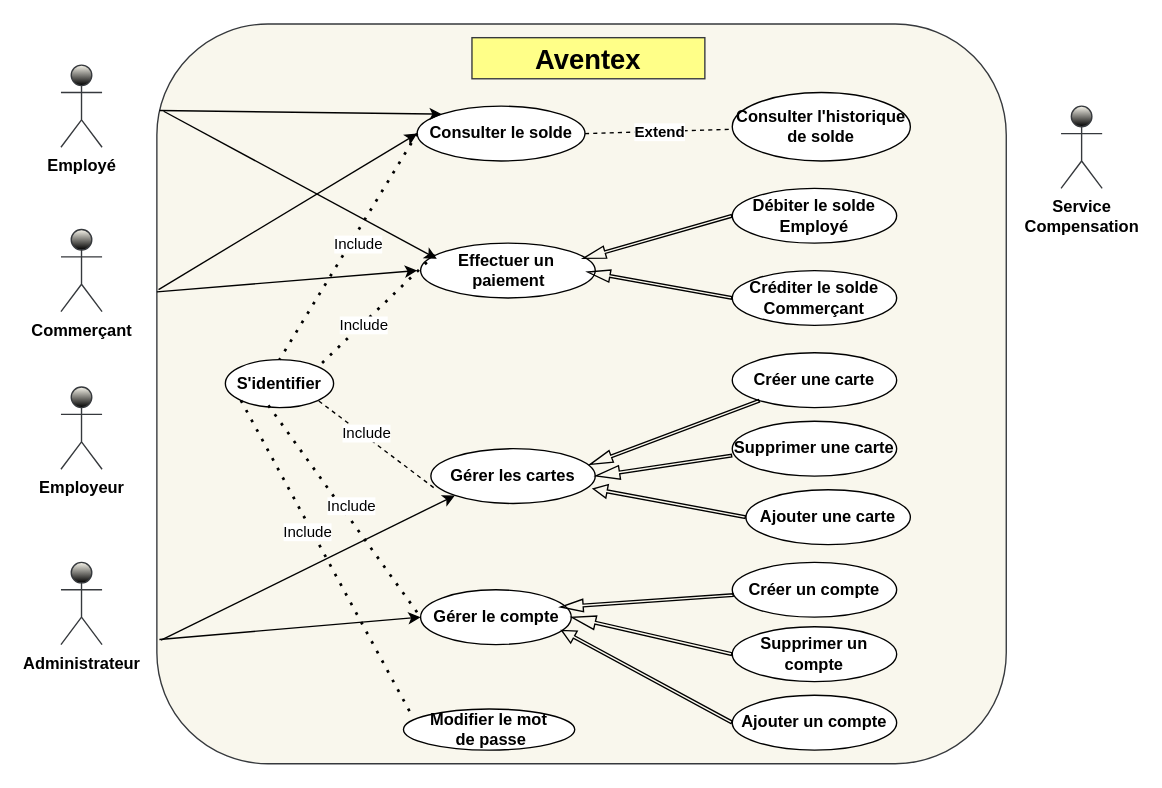
Above: Avnetix.drawio in msisitr/aventix-design (draw.io), before the change. Source tidied: cells renumbered, new cells numbered last; positions are measured from the earlier drawing's top-left corner, leaving out a move shared by most shapes. Both pictures are drawn from the tidied source at 137%, with x=0, y=0 at pixel (60, 23).
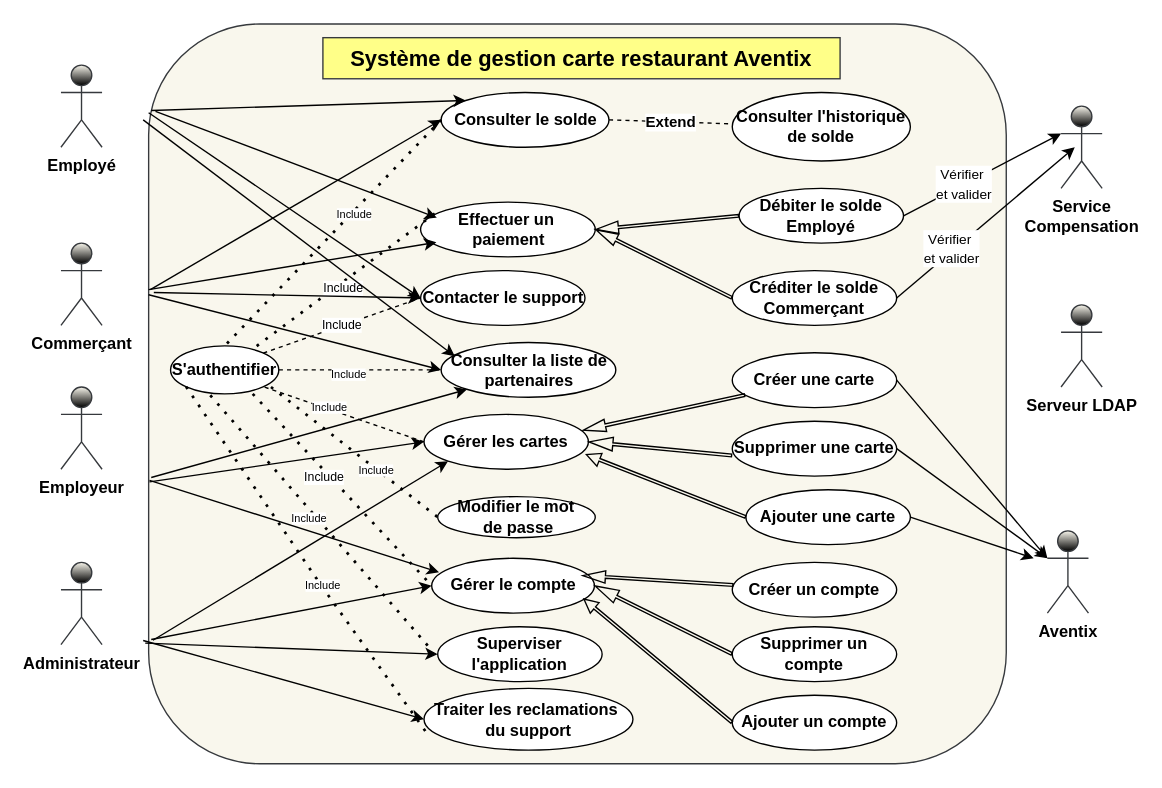
The same page after the edit.

Commit message:
Mettre à jour Avnetix.drawio

The change refers to these unchanged cells:
```xml
<mxCell id="16" style="endArrow=none;dashed=1;html=1;dashPattern=1 3;strokeWidth=2;rounded=0;entryX=0.5;entryY=0;entryDx=0;entryDy=0;exitX=0;exitY=0.5;exitDx=0;exitDy=0;fontStyle=1;" parent="1" edge="1" source="11" target="7">
  <mxGeometry relative="1" as="geometry" />
</mxCell>
<mxCell id="20" value="&lt;div&gt;Service&lt;/div&gt;&lt;div&gt;Compensation&lt;/div&gt;" style="shape=umlActor;verticalLabelPosition=bottom;verticalAlign=top;html=1;outlineConnect=0;fillColor=#F9F7ED;strokeColor=#36393d;fontStyle=1;strokeWidth=1;gradientColor=default;" parent="1" vertex="1">
  <mxGeometry x="730" y="60" width="30" height="60" as="geometry" />
</mxCell>
<mxCell id="24" value="Créer une carte " style="ellipse;whiteSpace=wrap;html=1;fontStyle=1;" parent="1" vertex="1">
  <mxGeometry x="490" y="240" width="120" height="40" as="geometry" />
</mxCell>
<mxCell id="26" value="Supprimer une carte" style="ellipse;whiteSpace=wrap;html=1;fontStyle=1;" parent="1" vertex="1">
  <mxGeometry x="490" y="290" width="120" height="40" as="geometry" />
</mxCell>
<mxCell id="27" value="Ajouter une carte" style="ellipse;whiteSpace=wrap;html=1;fontStyle=1;" parent="1" vertex="1">
  <mxGeometry x="500" y="340" width="120" height="40" as="geometry" />
</mxCell>
<mxCell id="36" value="Créditer le solde Commerçant" style="ellipse;whiteSpace=wrap;html=1;fontStyle=1;" parent="1" vertex="1">
  <mxGeometry x="490" y="180" width="120" height="40" as="geometry" />
</mxCell>
```

What changed in the source:
```diff
@@
     <mxCell id="2" style="rounded=1;whiteSpace=wrap;html=1;fillColor=#f9f7ed;strokeColor=#36393d;fontStyle=1;" parent="1" vertex="1">
-      <mxGeometry x="70" width="620" height="540" as="geometry" />
+      <mxGeometry x="64" width="626" height="540" as="geometry" />
     </mxCell>
@@
     <mxCell id="4" value="&lt;div&gt;Commerçant&lt;/div&gt;" style="shape=umlActor;verticalLabelPosition=bottom;verticalAlign=top;html=1;fillColor=#f9f7ed;strokeColor=#36393d;fontStyle=1;gradientColor=default;" parent="1" vertex="1">
-      <mxGeometry y="150" width="30" height="60" as="geometry" />
+      <mxGeometry y="160" width="30" height="60" as="geometry" />
     </mxCell>
     <mxCell id="5" value="&lt;div&gt;&lt;span&gt;Effectuer un&amp;nbsp;&lt;/span&gt;&lt;/div&gt;&lt;div&gt;&lt;span&gt;paiement &lt;/span&gt;&lt;/div&gt;" style="ellipse;whiteSpace=wrap;html=1;fontStyle=1;" parent="1" vertex="1">
-      <mxGeometry x="262.5" y="160" width="127.5" height="40" as="geometry" />
+      <mxGeometry x="262.5" y="130" width="127.5" height="40" as="geometry" />
     </mxCell>
     <mxCell id="6" value="&lt;span&gt;Gérer le compte&lt;/span&gt;" style="ellipse;whiteSpace=wrap;html=1;fontStyle=1;" parent="1" vertex="1">
-      <mxGeometry x="262.5" y="413" width="110" height="40" as="geometry" />
+      <mxGeometry x="270.6" y="390" width="118.8" height="40" as="geometry" />
     </mxCell>
-    <mxCell id="7" value="S'identifier" style="ellipse;whiteSpace=wrap;html=1;fontStyle=1;" parent="1" vertex="1">
-      <mxGeometry x="120" y="245" width="79" height="35" as="geometry" />
+    <mxCell id="7" value="S'authentifier" style="ellipse;whiteSpace=wrap;html=1;fontStyle=1;" parent="1" vertex="1">
+      <mxGeometry x="80" y="235" width="79" height="35" as="geometry" />
     </mxCell>
     <mxCell id="8" value="&lt;span&gt;Gérer les cartes&lt;/span&gt;" style="ellipse;whiteSpace=wrap;html=1;fontStyle=1;" parent="1" vertex="1">
-      <mxGeometry x="270" y="310" width="120" height="40" as="geometry" />
+      <mxGeometry x="265" y="285" width="120" height="40" as="geometry" />
     </mxCell>
@@
     <mxCell id="11" value="&lt;span&gt;Consulter le solde&lt;/span&gt;" style="ellipse;whiteSpace=wrap;html=1;fontStyle=1;" parent="1" vertex="1">
-      <mxGeometry x="260" y="60" width="122.5" height="40" as="geometry" />
+      <mxGeometry x="277.5" y="50" width="122.5" height="40" as="geometry" />
     </mxCell>
-    <mxCell id="12" style="endArrow=none;dashed=1;html=1;dashPattern=1 3;strokeWidth=2;rounded=0;exitX=0.081;exitY=0.21;exitDx=0;exitDy=0;entryX=1;entryY=0;entryDx=0;entryDy=0;exitPerimeter=0;fontStyle=1;" parent="1" edge="1" source="5" target="7">
+    <mxCell id="12" style="endArrow=none;dashed=1;html=1;dashPattern=1 3;strokeWidth=2;rounded=0;exitX=0.081;exitY=0.21;exitDx=0;exitDy=0;exitPerimeter=0;fontStyle=1;" parent="1" edge="1" source="5" target="7">
       <mxGeometry relative="1" as="geometry" />
     </mxCell>
-    <mxCell id="13" value="Include" style="edgeLabel;html=1;align=center;verticalAlign=middle;fontStyle=0;" parent="12" vertex="1">
+    <mxCell id="13" value="Include" style="edgeLabel;html=1;align=center;verticalAlign=middle;fontStyle=0;fontSize=9;" parent="12" vertex="1">
       <mxGeometry x="-0.05" y="1" relative="1" as="geometry">
-        <mxPoint x="-13" y="12" as="offset" />
+        <mxPoint x="-5" y="6" as="offset" />
       </mxGeometry>
     </mxCell>
-    <mxCell id="14" style="endArrow=none;dashed=1;html=1;rounded=0;entryX=1;entryY=1;entryDx=0;entryDy=0;exitX=0.017;exitY=0.71;exitDx=0;exitDy=0;exitPerimeter=0;fontStyle=1;" parent="1" edge="1" source="8" target="7">
+    <mxCell id="14" style="endArrow=none;dashed=1;html=1;rounded=0;entryX=1;entryY=1;entryDx=0;entryDy=0;exitX=0;exitY=0.5;exitDx=0;exitDy=0;fontStyle=1;" parent="1" edge="1" source="8" target="7">
       <mxGeometry relative="1" as="geometry" />
     </mxCell>
-    <mxCell id="15" value="Include" style="edgeLabel;html=1;align=center;verticalAlign=middle;fontStyle=0;" parent="14" vertex="1">
+    <mxCell id="15" value="Include" style="edgeLabel;html=1;align=center;verticalAlign=middle;fontStyle=0;fontSize=8;" parent="14" vertex="1">
       <mxGeometry x="0.2" y="-2" relative="1" as="geometry" />
     </mxCell>
@@
-    <mxCell id="17" value="Include" style="edgeLabel;html=1;align=center;verticalAlign=middle;fontStyle=0;" parent="16" vertex="1">
+    <mxCell id="17" value="Include" style="edgeLabel;html=1;align=center;verticalAlign=middle;fontStyle=0;fontSize=8;" parent="16" vertex="1">
       <mxGeometry x="0.01" relative="1" as="geometry">
-        <mxPoint x="7" y="-3" as="offset" />
+        <mxPoint x="16" y="-15" as="offset" />
       </mxGeometry>
     </mxCell>
-    <mxCell id="18" style="endArrow=none;dashed=1;html=1;dashPattern=1 3;strokeWidth=2;rounded=0;exitX=0.397;exitY=0.954;exitDx=0;exitDy=0;entryX=0;entryY=0.5;entryDx=0;entryDy=0;exitPerimeter=0;fontStyle=1;" parent="1" edge="1" source="7" target="6">
+    <mxCell id="18" style="endArrow=none;dashed=1;html=1;dashPattern=1 3;strokeWidth=2;rounded=0;exitX=0.759;exitY=1;exitDx=0;exitDy=0;entryX=0;entryY=0.5;entryDx=0;entryDy=0;exitPerimeter=0;fontStyle=1;" parent="1" edge="1" source="7" target="6">
       <mxGeometry relative="1" as="geometry" />
     </mxCell>
-    <mxCell id="19" value="Include" style="edgeLabel;html=1;align=center;verticalAlign=middle;fontStyle=0;" parent="18" vertex="1">
-      <mxGeometry x="-0.01" y="6" relative="1" as="geometry" />
+    <mxCell id="19" value="Include" style="edgeLabel;html=1;align=center;verticalAlign=middle;fontStyle=0;fontSize=9;" parent="18" vertex="1">
+      <mxGeometry x="-0.01" y="6" relative="1" as="geometry">
+        <mxPoint x="-18" y="-5" as="offset" />
+      </mxGeometry>
     </mxCell>
@@
-    <mxCell id="28" style="shape=flexArrow;endArrow=classic;html=1;rounded=0;width=2;endSize=5.46;exitX=0;exitY=0.5;exitDx=0;exitDy=0;endWidth=7;fontStyle=1;" parent="1" edge="1">
+    <mxCell id="28" style="shape=flexArrow;endArrow=classic;html=1;rounded=0;width=2;endSize=5.46;exitX=0;exitY=0.5;exitDx=0;exitDy=0;endWidth=7;fontStyle=1;entryX=1;entryY=0.5;entryDx=0;entryDy=0;" parent="1" edge="1" target="8">
       <mxGeometry relative="1" as="geometry">
         <mxPoint x="490" y="315" as="sourcePoint" />
-        <mxPoint x="390" y="330" as="targetPoint" />
       </mxGeometry>
     </mxCell>
@@
     <mxCell id="37" value="Débiter le solde Employé" style="ellipse;whiteSpace=wrap;html=1;fontStyle=1;" parent="1" vertex="1">
-      <mxGeometry x="490" y="120" width="120" height="40" as="geometry" />
+      <mxGeometry x="495" y="120" width="120" height="40" as="geometry" />
     </mxCell>
-    <mxCell id="38" style="shape=flexArrow;endArrow=classic;html=1;rounded=0;width=2;endSize=5.14;endWidth=6;entryX=0.928;entryY=0.28;entryDx=0;entryDy=0;entryPerimeter=0;exitX=0;exitY=0.5;exitDx=0;exitDy=0;fontStyle=1;" parent="1" edge="1" source="37" target="5">
-      <mxGeometry relative="1" as="geometry" />
+    <mxCell id="38" style="shape=flexArrow;endArrow=classic;html=1;rounded=0;width=2;endSize=5.14;endWidth=6;exitX=0;exitY=0.5;exitDx=0;exitDy=0;fontStyle=1;" parent="1" edge="1" source="37">
+      <mxGeometry relative="1" as="geometry">
+        <mxPoint x="390" y="150" as="targetPoint" />
+      </mxGeometry>
     </mxCell>
-    <mxCell id="39" style="shape=flexArrow;endArrow=classic;html=1;rounded=0;width=2;endSize=5.14;endWidth=6;entryX=0.928;entryY=0.28;entryDx=0;entryDy=0;entryPerimeter=0;exitX=0;exitY=0.5;exitDx=0;exitDy=0;fontStyle=1;" parent="1" edge="1" source="36">
-      <mxGeometry relative="1" as="geometry">
-        <mxPoint x="384" y="181" as="targetPoint" />
-      </mxGeometry>
+    <mxCell id="39" style="shape=flexArrow;endArrow=classic;html=1;rounded=0;width=2;endSize=5.14;endWidth=6;entryX=1;entryY=0.5;entryDx=0;entryDy=0;exitX=0;exitY=0.5;exitDx=0;exitDy=0;fontStyle=1;" parent="1" edge="1" source="36" target="5">
+      <mxGeometry relative="1" as="geometry" />
     </mxCell>
@@
     <mxCell id="43" value="&lt;div&gt;Modifier le mot&lt;/div&gt;&lt;div&gt;&amp;nbsp;de passe&lt;/div&gt;" style="ellipse;whiteSpace=wrap;html=1;fontStyle=1;" parent="1" vertex="1">
-      <mxGeometry x="250" y="500" width="125" height="30" as="geometry" />
+      <mxGeometry x="275" y="345" width="115" height="30" as="geometry" />
     </mxCell>
@@
-    <mxCell id="45" style="endArrow=classic;html=1;rounded=0;exitX=0.003;exitY=0.117;exitDx=0;exitDy=0;exitPerimeter=0;fontStyle=1;" parent="1" edge="1">
-      <mxGeometry relative="1" as="geometry">
-        <mxPoint x="70" y="195.5" as="sourcePoint" />
-        <mxPoint x="260" y="180" as="targetPoint" />
-      </mxGeometry>
+    <mxCell id="45" style="endArrow=classic;html=1;rounded=0;exitX=0;exitY=0.359;exitDx=0;exitDy=0;exitPerimeter=0;fontStyle=1;entryX=0.09;entryY=0.735;entryDx=0;entryDy=0;entryPerimeter=0;" parent="1" edge="1" source="2" target="5">
+      <mxGeometry relative="1" as="geometry" />
     </mxCell>
@@
-    <mxCell id="47" value="&lt;div&gt;&lt;span&gt;&lt;font style=&quot;font-size: 20px;&quot;&gt;Aventex&lt;/font&gt;&lt;/span&gt;&lt;/div&gt;" style="text;html=1;align=center;verticalAlign=middle;whiteSpace=wrap;rounded=0;fillColor=#ffff88;strokeWidth=1;perimeterSpacing=10;strokeColor=#36393d;fontStyle=1;" parent="1" vertex="1">
-      <mxGeometry x="300" y="10" width="170" height="30" as="geometry" />
+    <mxCell id="47" value="&lt;div&gt;&lt;span&gt;&lt;font&gt;Système de gestion carte restaurant Aventix&lt;/font&gt;&lt;/span&gt;&lt;/div&gt;" style="text;html=1;align=center;verticalAlign=middle;whiteSpace=wrap;rounded=0;fillColor=#ffff88;strokeWidth=1;perimeterSpacing=10;strokeColor=#36393d;fontStyle=1;fontSize=16;" parent="1" vertex="1">
+      <mxGeometry x="191.2" y="10" width="377.5" height="30" as="geometry" />
     </mxCell>
-    <mxCell id="48" style="endArrow=none;dashed=1;html=1;dashPattern=1 3;strokeWidth=2;rounded=0;exitX=0;exitY=1;exitDx=0;exitDy=0;entryX=0.056;entryY=0.213;entryDx=0;entryDy=0;fontStyle=1;entryPerimeter=0;" parent="1" edge="1" source="7" target="43">
-      <mxGeometry relative="1" as="geometry" />
+    <mxCell id="48" style="endArrow=none;dashed=1;html=1;dashPattern=1 3;strokeWidth=2;rounded=0;exitX=1;exitY=1;exitDx=0;exitDy=0;entryX=0;entryY=0.5;entryDx=0;entryDy=0;fontStyle=1;" parent="1" edge="1" target="43">
+      <mxGeometry relative="1" as="geometry">
+        <mxPoint x="153.3" y="265" as="sourcePoint" />
+      </mxGeometry>
     </mxCell>
-    <mxCell id="49" value="Include" style="edgeLabel;html=1;align=center;verticalAlign=middle;fontStyle=0;" parent="48" vertex="1">
+    <mxCell id="49" value="Include" style="edgeLabel;html=1;align=center;verticalAlign=middle;fontStyle=0;fontSize=8;" parent="48" vertex="1">
       <mxGeometry x="-0.01" y="6" relative="1" as="geometry">
-        <mxPoint x="-19" y="-16" as="offset" />
+        <mxPoint x="13" y="18" as="offset" />
       </mxGeometry>
     </mxCell>
+    <mxCell id="50" style="endArrow=classic;html=1;rounded=0;fontStyle=1;entryX=0;entryY=0.5;entryDx=0;entryDy=0;exitX=0.001;exitY=0.619;exitDx=0;exitDy=0;exitPerimeter=0;" parent="1" edge="1" source="2" target="8">
+      <mxGeometry relative="1" as="geometry" />
+    </mxCell>
+    <mxCell id="51" style="endArrow=classic;html=1;rounded=0;fontStyle=1;entryX=0.045;entryY=0.255;entryDx=0;entryDy=0;entryPerimeter=0;exitX=0.001;exitY=0.617;exitDx=0;exitDy=0;exitPerimeter=0;" parent="1" edge="1" source="2" target="6">
+      <mxGeometry relative="1" as="geometry" />
+    </mxCell>
+    <mxCell id="52" value="Contacter le support " style="ellipse;whiteSpace=wrap;html=1;fontStyle=1;" parent="1" vertex="1">
+      <mxGeometry x="262.5" y="180" width="120" height="40" as="geometry" />
+    </mxCell>
+    <mxCell id="53" value="Superviser l'application " style="ellipse;whiteSpace=wrap;html=1;fontStyle=1;" parent="1" vertex="1">
+      <mxGeometry x="275" y="440" width="120" height="40" as="geometry" />
+    </mxCell>
+    <mxCell id="54" value="Include" style="endArrow=none;dashed=1;html=1;rounded=0;exitX=1;exitY=0;exitDx=0;exitDy=0;fontStyle=0;entryX=0;entryY=0.5;entryDx=0;entryDy=0;fontSize=9;" parent="1" edge="1" source="7" target="52">
+      <mxGeometry relative="1" as="geometry" />
+    </mxCell>
+    <mxCell id="55" value="Consulter la liste de partenaires" style="ellipse;whiteSpace=wrap;html=1;fontStyle=1;" parent="1" vertex="1">
+      <mxGeometry x="277.5" y="232.5" width="127.5" height="40" as="geometry" />
+    </mxCell>
+    <mxCell id="56" value="Include" style="endArrow=none;dashed=1;html=1;rounded=0;exitX=1;exitY=0.5;exitDx=0;exitDy=0;fontStyle=0;entryX=0;entryY=0.5;entryDx=0;entryDy=0;fontSize=8;" parent="1" edge="1" source="7" target="55">
+      <mxGeometry x="-0.14" y="-3" relative="1" as="geometry" />
+    </mxCell>
+    <mxCell id="57" style="endArrow=classic;html=1;rounded=0;entryX=0;entryY=0.5;entryDx=0;entryDy=0;exitX=-0.004;exitY=0.837;exitDx=0;exitDy=0;exitPerimeter=0;fontStyle=1;" parent="1" edge="1" source="2" target="53">
+      <mxGeometry relative="1" as="geometry" />
+    </mxCell>
+    <mxCell id="58" style="endArrow=none;dashed=1;html=1;dashPattern=1 3;strokeWidth=2;rounded=0;entryX=0;entryY=0.5;entryDx=0;entryDy=0;fontStyle=1;exitX=0.367;exitY=1.029;exitDx=0;exitDy=0;exitPerimeter=0;" parent="1" edge="1" source="7">
+      <mxGeometry relative="1" as="geometry">
+        <mxPoint x="268.8" y="455" as="targetPoint" />
+      </mxGeometry>
+    </mxCell>
+    <mxCell id="59" value="Include" style="edgeLabel;html=1;align=center;verticalAlign=middle;fontStyle=0;fontSize=8;" parent="58" vertex="1">
+      <mxGeometry x="-0.01" y="6" relative="1" as="geometry">
+        <mxPoint x="-12" y="2" as="offset" />
+      </mxGeometry>
+    </mxCell>
+    <mxCell id="60" style="endArrow=classic;html=1;rounded=0;exitX=0;exitY=0.12;exitDx=0;exitDy=0;exitPerimeter=0;entryX=0;entryY=0.5;entryDx=0;entryDy=0;fontStyle=1;" parent="1" edge="1" source="2" target="52">
+      <mxGeometry relative="1" as="geometry" />
+    </mxCell>
+    <mxCell id="61" style="endArrow=classic;html=1;rounded=0;exitX=0.006;exitY=0.363;exitDx=0;exitDy=0;exitPerimeter=0;entryX=0;entryY=0.5;entryDx=0;entryDy=0;fontStyle=1;" parent="1" edge="1" source="2" target="52">
+      <mxGeometry relative="1" as="geometry" />
+    </mxCell>
+    <mxCell id="62" value="Traiter les reclamations&amp;nbsp; du support" style="ellipse;whiteSpace=wrap;html=1;fontStyle=1;" parent="1" vertex="1">
+      <mxGeometry x="265" y="485" width="152.5" height="45" as="geometry" />
+    </mxCell>
+    <mxCell id="63" style="endArrow=classic;html=1;rounded=0;entryX=0;entryY=0.5;entryDx=0;entryDy=0;fontStyle=1;" parent="1" edge="1" target="62">
+      <mxGeometry relative="1" as="geometry">
+        <mxPoint x="60" y="450" as="sourcePoint" />
+      </mxGeometry>
+    </mxCell>
+    <mxCell id="64" style="endArrow=none;dashed=1;html=1;dashPattern=1 3;strokeWidth=2;rounded=0;entryX=0.021;entryY=0.76;entryDx=0;entryDy=0;fontStyle=1;entryPerimeter=0;exitX=0;exitY=1;exitDx=0;exitDy=0;" parent="1" edge="1" source="7" target="62">
+      <mxGeometry relative="1" as="geometry">
+        <Array as="points">
+          <mxPoint x="190" y="410" />
+        </Array>
+      </mxGeometry>
+    </mxCell>
+    <mxCell id="65" value="Include" style="edgeLabel;html=1;align=center;verticalAlign=middle;fontStyle=0;fontSize=8;" parent="64" vertex="1">
+      <mxGeometry x="-0.01" y="6" relative="1" as="geometry">
+        <mxPoint x="8" y="22" as="offset" />
+      </mxGeometry>
+    </mxCell>
+    <mxCell id="66" style="endArrow=classic;html=1;rounded=0;entryX=0;entryY=0.5;entryDx=0;entryDy=0;fontStyle=1;" parent="1" edge="1">
+      <mxGeometry relative="1" as="geometry">
+        <mxPoint x="60" y="70" as="sourcePoint" />
+        <mxPoint x="287.5" y="242.5" as="targetPoint" />
+      </mxGeometry>
+    </mxCell>
+    <mxCell id="67" style="endArrow=classic;html=1;rounded=0;exitX=0;exitY=0.366;exitDx=0;exitDy=0;exitPerimeter=0;entryX=0;entryY=0.5;entryDx=0;entryDy=0;fontStyle=1;" parent="1" edge="1" source="2" target="55">
+      <mxGeometry relative="1" as="geometry" />
+    </mxCell>
+    <mxCell id="68" style="endArrow=classic;html=1;rounded=0;exitX=0.003;exitY=0.613;exitDx=0;exitDy=0;exitPerimeter=0;entryX=0;entryY=1;entryDx=0;entryDy=0;fontStyle=1;" parent="1" edge="1" source="2" target="55">
+      <mxGeometry relative="1" as="geometry" />
+    </mxCell>
+    <mxCell id="69" value="&lt;div&gt;Serveur LDAP&lt;/div&gt;" style="shape=umlActor;verticalLabelPosition=bottom;verticalAlign=top;html=1;fillColor=#F9F7ED;strokeColor=#36393d;fontStyle=1;strokeWidth=1;gradientColor=default;" parent="1" vertex="1">
+      <mxGeometry x="730" y="205" width="30" height="60" as="geometry" />
+    </mxCell>
+    <mxCell id="70" style="endArrow=classic;html=1;rounded=0;entryX=0;entryY=0.3333333333333333;entryDx=0;entryDy=0;fontStyle=1;entryPerimeter=0;exitX=1;exitY=0.5;exitDx=0;exitDy=0;" parent="1" edge="1" source="37" target="20">
+      <mxGeometry relative="1" as="geometry" />
+    </mxCell>
+    <mxCell id="71" value="&lt;div&gt;&lt;font style=&quot;font-size: 10px;&quot;&gt;Vérifier&amp;nbsp;&lt;/font&gt;&lt;/div&gt;&lt;div&gt;&lt;font style=&quot;font-size: 10px;&quot;&gt;et valider&lt;/font&gt;&lt;/div&gt;" style="edgeLabel;html=1;align=center;verticalAlign=middle;" parent="70" vertex="1">
+      <mxGeometry x="-0.12" y="-3" relative="1" as="geometry">
+        <mxPoint x="-8" as="offset" />
+      </mxGeometry>
+    </mxCell>
+    <mxCell id="72" style="endArrow=classic;html=1;rounded=0;entryX=0;entryY=0.3333333333333333;entryDx=0;entryDy=0;fontStyle=1;entryPerimeter=0;exitX=1;exitY=0.5;exitDx=0;exitDy=0;" parent="1" edge="1" source="36">
+      <mxGeometry relative="1" as="geometry">
+        <mxPoint x="740" y="90" as="targetPoint" />
+      </mxGeometry>
+    </mxCell>
+    <mxCell id="73" value="&lt;div&gt;&lt;font style=&quot;font-size: 10px;&quot;&gt;Vérifier&amp;nbsp;&lt;/font&gt;&lt;/div&gt;&lt;div&gt;&lt;font style=&quot;font-size: 10px;&quot;&gt;et valider&lt;/font&gt;&lt;/div&gt;" style="edgeLabel;html=1;align=center;verticalAlign=middle;" parent="72" vertex="1">
+      <mxGeometry x="-0.37" y="2" relative="1" as="geometry" />
+    </mxCell>
+    <mxCell id="74" value="Aventix" style="shape=umlActor;verticalLabelPosition=bottom;verticalAlign=top;html=1;outlineConnect=0;fillColor=#F9F7ED;strokeColor=#36393d;fontStyle=1;strokeWidth=1;gradientColor=default;" parent="1" vertex="1">
+      <mxGeometry x="720" y="370" width="30" height="60" as="geometry" />
+    </mxCell>
+    <mxCell id="75" style="endArrow=classic;html=1;rounded=0;entryX=0;entryY=0.3333333333333333;entryDx=0;entryDy=0;fontStyle=1;entryPerimeter=0;exitX=1;exitY=0.5;exitDx=0;exitDy=0;" parent="1" edge="1" source="24" target="74">
+      <mxGeometry relative="1" as="geometry">
+        <Array as="points">
+          <mxPoint x="720" y="390" />
+        </Array>
+      </mxGeometry>
+    </mxCell>
+    <mxCell id="76" style="endArrow=classic;html=1;rounded=0;fontStyle=1;exitX=1;exitY=0.5;exitDx=0;exitDy=0;" parent="1" edge="1" source="27">
+      <mxGeometry relative="1" as="geometry">
+        <mxPoint x="710" y="390" as="targetPoint" />
+      </mxGeometry>
+    </mxCell>
+    <mxCell id="77" style="endArrow=classic;html=1;rounded=0;fontStyle=1;exitX=1;exitY=0.5;exitDx=0;exitDy=0;" parent="1" edge="1" source="26">
+      <mxGeometry relative="1" as="geometry">
+        <mxPoint x="720" y="390" as="targetPoint" />
+      </mxGeometry>
+    </mxCell>
```
